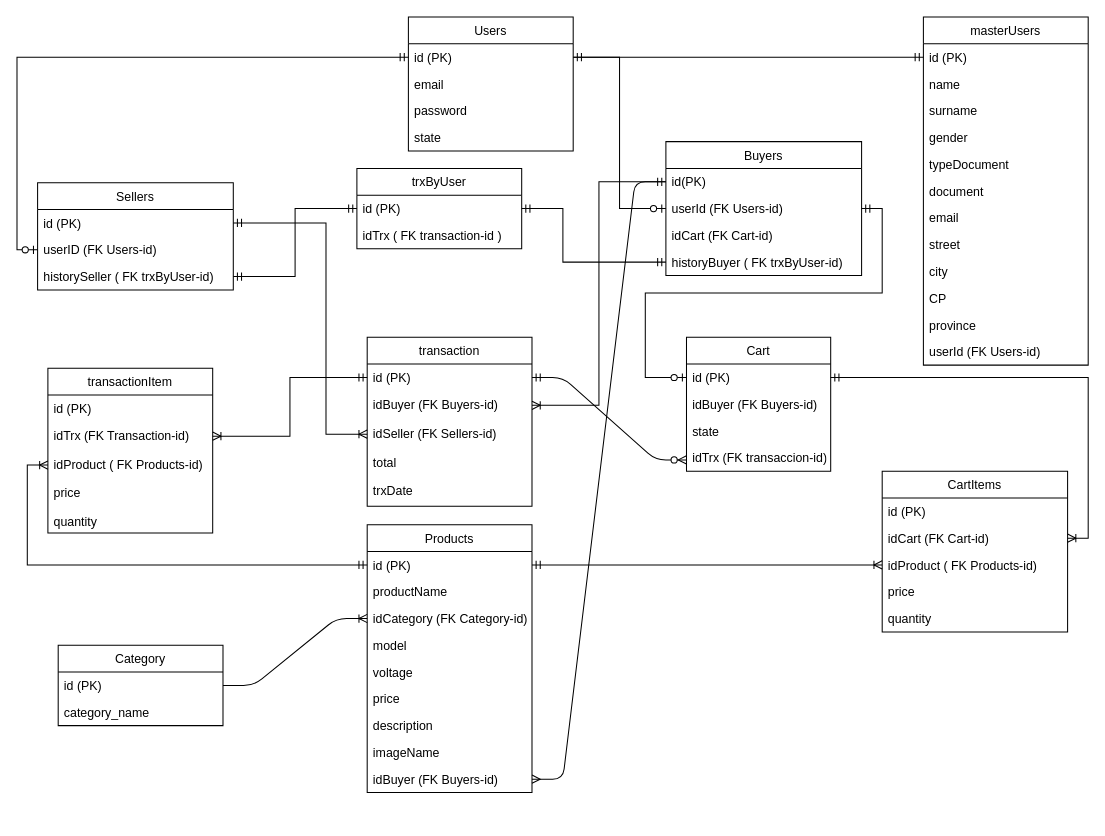
Before: DER v2.drawio in SantiBalbiani/DH_Grupo_02_SLC, a draw.io diagram. Source tidied: cells renumbered, new cells numbered last; positions are measured from the earlier drawing's top-left corner, leaving out a move shared by most shapes. Both pictures are drawn from the tidied source at 103%, with x=0, y=0 at pixel (37, 16).
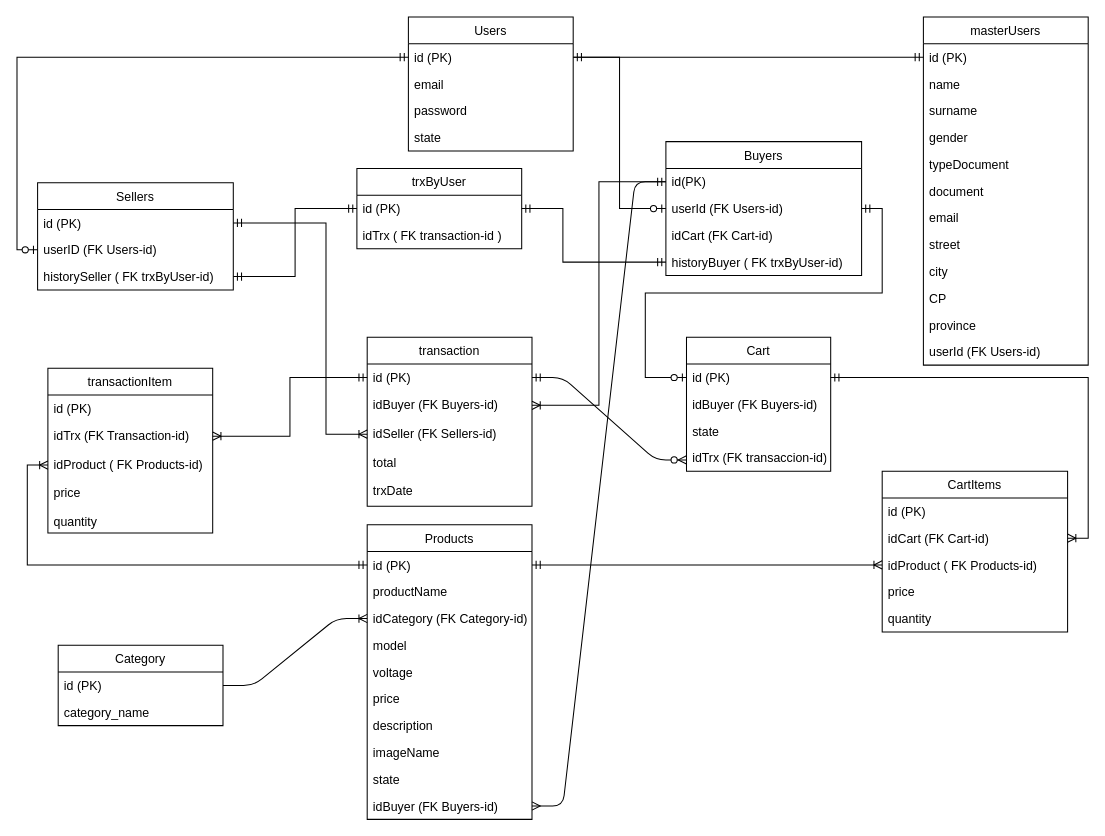
The same page after the edit.

What changed in the source:
```diff
@@
     <mxCell id="37" value="Products" style="swimlane;fontStyle=0;horizontal=1;startSize=26;fillColor=none;" parent="1" vertex="1">
-      <mxGeometry x="320" y="493" width="160" height="260" as="geometry" />
+      <mxGeometry x="320" y="493" width="160" height="286" as="geometry" />
     </mxCell>
@@
+    <mxCell id="83" value="state" style="text;strokeColor=none;fillColor=none;align=left;verticalAlign=top;spacingLeft=4;spacingRight=4;overflow=hidden;" parent="37" vertex="1">
+      <mxGeometry y="234" width="160" height="26" as="geometry" />
+    </mxCell>
     <mxCell id="46" value="idBuyer (FK Buyers-id)" style="text;strokeColor=none;fillColor=none;align=left;verticalAlign=top;spacingLeft=4;spacingRight=4;overflow=hidden;points=[[0,0.5],[1,0.5]];portConstraint=eastwest;" parent="37" vertex="1">
-      <mxGeometry y="234" width="160" height="26" as="geometry" />
+      <mxGeometry y="260" width="160" height="26" as="geometry" />
     </mxCell>
```
